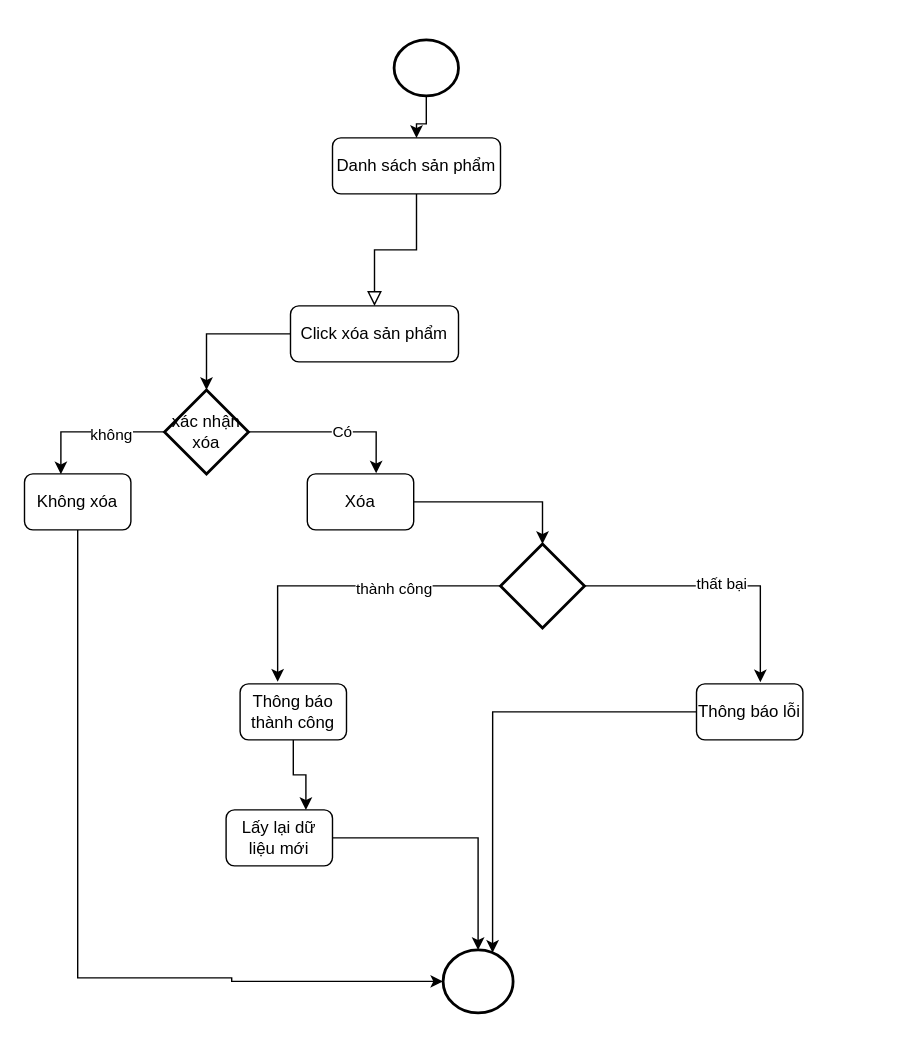
The draw.io diagram Admin/QuanLySanPham/UseCaseSanpham-Xoa.drawio in duongquocvu0411/CDSG-CNPM, before the edit. Source tidied: cells renumbered, new cells numbered last; positions are measured from the earlier drawing's top-left corner, leaving out a move shared by most shapes. Both pictures are drawn from the tidied source at 140%, with x=0, y=0 at pixel (24, 39).
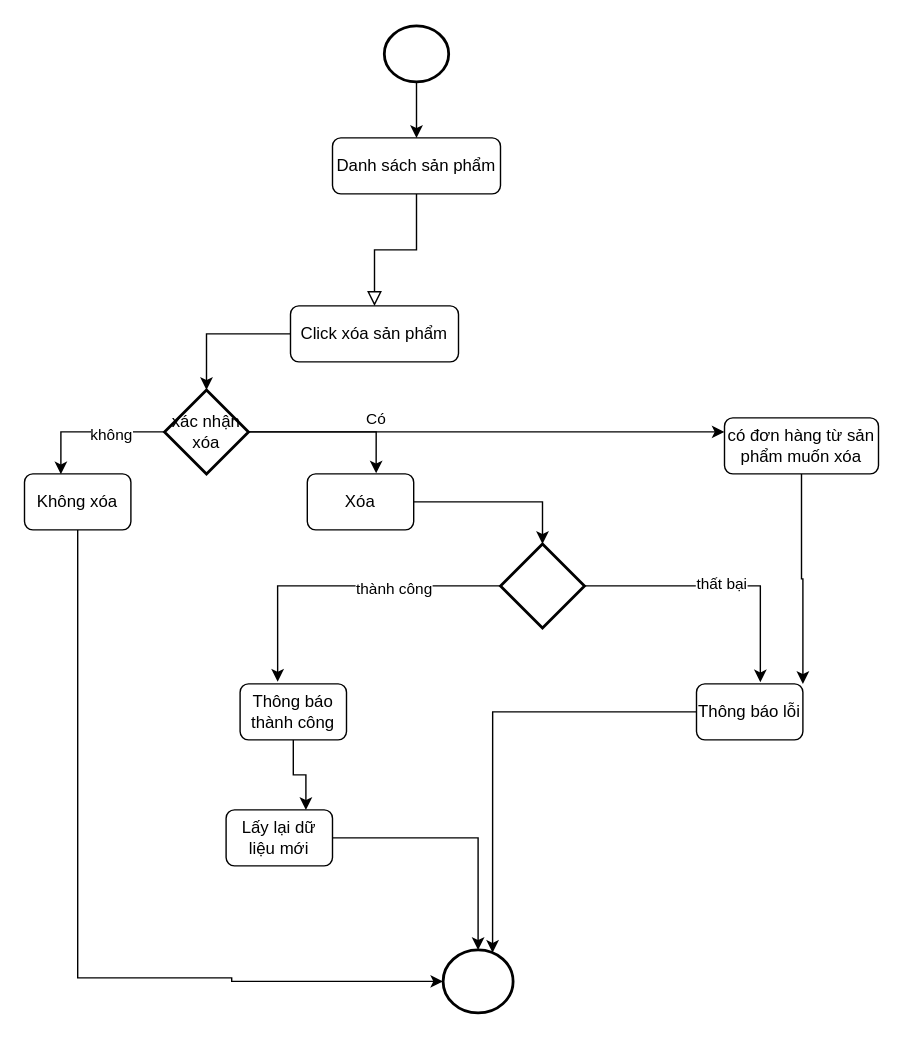
After the change.

The change refers to these unchanged cells:
```xml
<mxCell id="11" value="xác nhận xóa" style="strokeWidth=2;html=1;shape=mxgraph.flowchart.decision;whiteSpace=wrap;" parent="1" vertex="1">
  <mxGeometry x="100" y="250" width="60" height="60" as="geometry" />
</mxCell>
<mxCell id="14" style="edgeStyle=orthogonalEdgeStyle;rounded=0;jettySize=auto;html=1;entryX=0.647;entryY=-0.01;entryDx=0;entryDy=0;entryPerimeter=0;" parent="1" edge="1" source="11" target="13">
  <mxGeometry relative="1" as="geometry" />
</mxCell>
<mxCell id="17" value="Thông báo lỗi" style="rounded=1;whiteSpace=wrap;html=1;fontSize=12;glass=0;strokeWidth=1;shadow=0;" parent="1" vertex="1">
  <mxGeometry x="480" y="460" width="76" height="40" as="geometry" />
</mxCell>
```

The edit, as a diff of the source:
```diff
@@
     <mxCell id="5" style="strokeWidth=2;html=1;shape=mxgraph.flowchart.start_2;whiteSpace=wrap;" parent="1" vertex="1">
-      <mxGeometry x="264" width="46" height="40" as="geometry" />
+      <mxGeometry x="257" y="-10" width="46" height="40" as="geometry" />
     </mxCell>
@@
+    <mxCell id="29" style="edgeStyle=orthogonalEdgeStyle;rounded=0;jettySize=auto;html=1;entryX=0;entryY=0.25;entryDx=0;entryDy=0;" parent="1" edge="1" source="11" target="31">
+      <mxGeometry relative="1" as="geometry" />
+    </mxCell>
@@
     <mxCell id="15" value="Có" style="edgeLabel;html=1;align=center;verticalAlign=middle;" parent="14" vertex="1">
-      <mxGeometry x="0.09" y="1" relative="1" as="geometry" />
+      <mxGeometry x="0.09" y="1" relative="1" as="geometry">
+        <mxPoint x="24" y="-9" as="offset" />
+      </mxGeometry>
     </mxCell>
@@
+    <mxCell id="30" style="edgeStyle=orthogonalEdgeStyle;rounded=0;jettySize=auto;html=1;entryX=1;entryY=0;entryDx=0;entryDy=0;" parent="1" edge="1" source="31" target="17">
+      <mxGeometry relative="1" as="geometry" />
+    </mxCell>
+    <mxCell id="31" value="có đơn hàng từ sản phẩm muốn xóa" style="rounded=1;whiteSpace=wrap;html=1;" parent="1" vertex="1">
+      <mxGeometry x="500" y="270" width="110" height="40" as="geometry" />
+    </mxCell>
```
